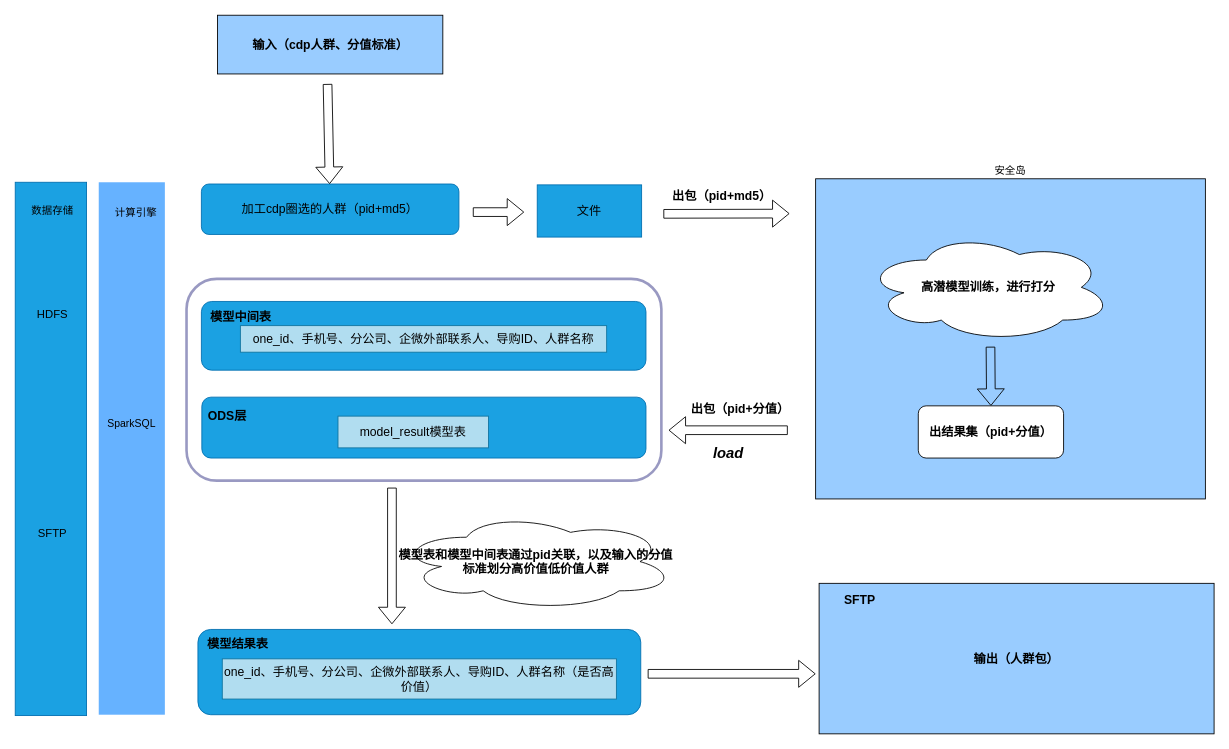
Earlier version of the draw.io diagram source/安全岛模型.drawio (DThadch/draw). Source tidied: cells renumbered, new cells numbered last; positions are measured from the earlier drawing's top-left corner, leaving out a move shared by most shapes. Both pictures are drawn from the tidied source at 87%, with x=0, y=0 at pixel (15, 15).
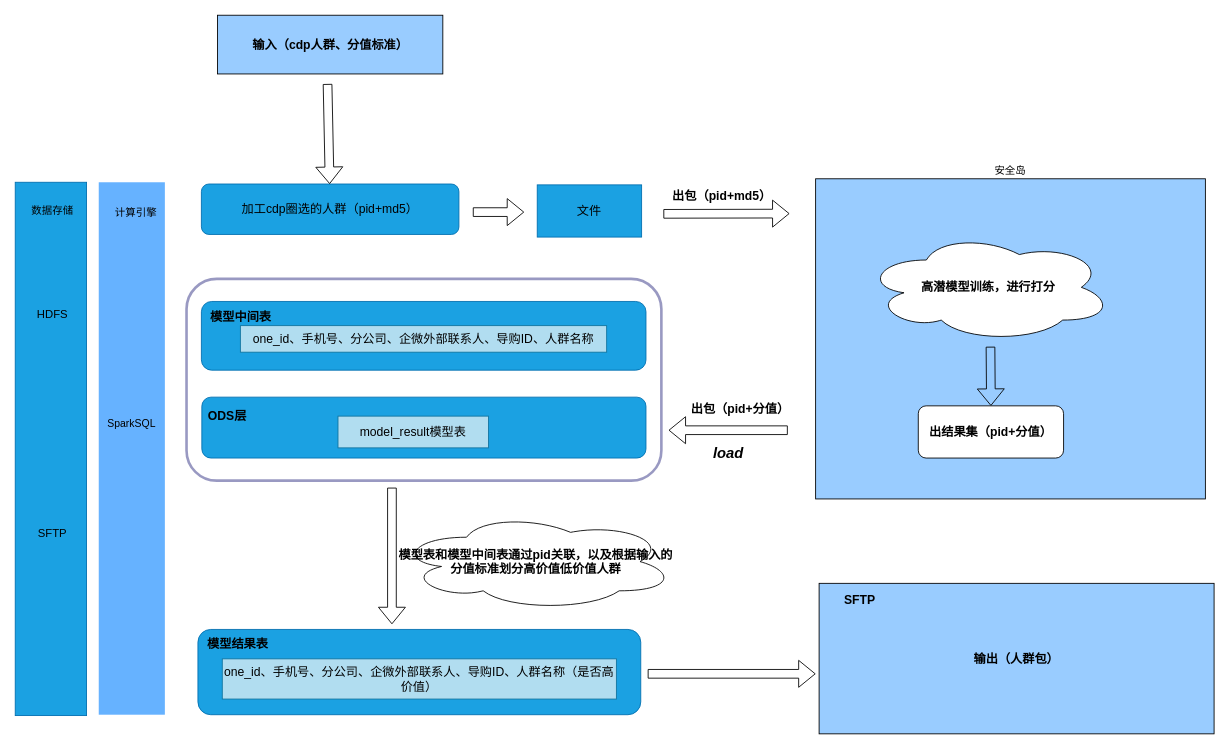
The same page after the edit.

Commit message:
更新安全岛模型.drawio

Diff of the diagram source:
```diff
@@
-    <mxCell id="35" value="模型表和模型中间表通过pid关联，以及输入的分值标准划分高价值低价值人群" style="ellipse;shape=cloud;whiteSpace=wrap;html=1;align=center;fontStyle=1;fontSize=14;" parent="1" vertex="1">
+    <mxCell id="35" value="模型表和模型中间表通过pid关联，以及根据输入的分值标准划分高价值低价值人群" style="ellipse;shape=cloud;whiteSpace=wrap;html=1;align=center;fontStyle=1;fontSize=14;" parent="1" vertex="1">
       <mxGeometry x="439" y="572" width="319" height="112" as="geometry" />
     </mxCell>
```
